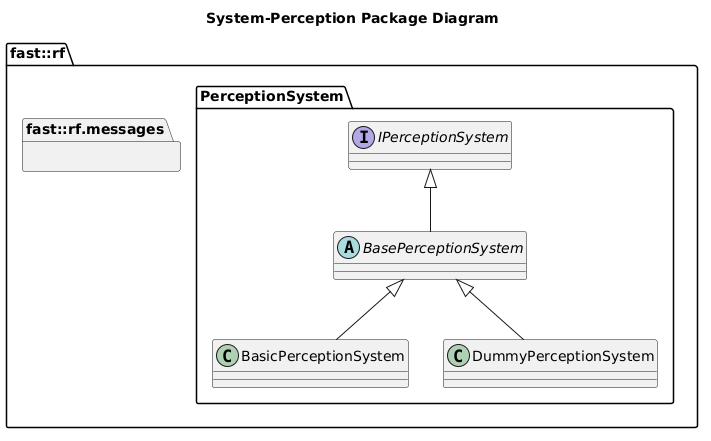
This is Systems/Perception/doc/puml/SystemPerceptionPackageDiagram.png from fastrobotics/robot_framework, a PlantUML export, as it was before one commit.
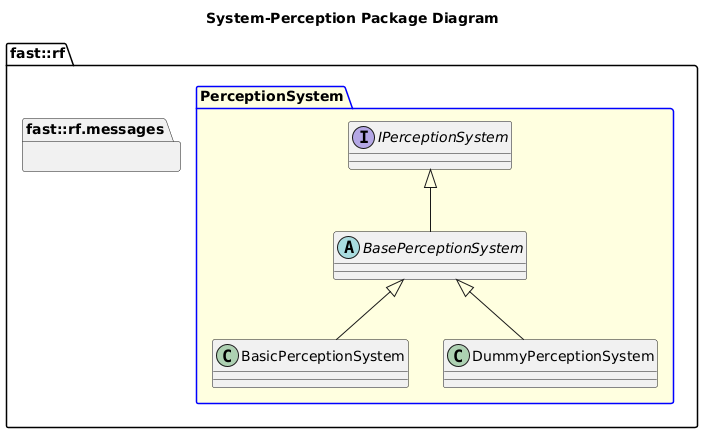
Above is the later version.

The edit, as a diff of the source:
```diff
@@ -3,7 +3,7 @@
 
 namespace fast::rf {
   namespace messages  {}
-  namespace PerceptionSystem {
+  package PerceptionSystem #LightYellow;line:blue {
     interface IPerceptionSystem {
     }
     abstract BasePerceptionSystem {
```
